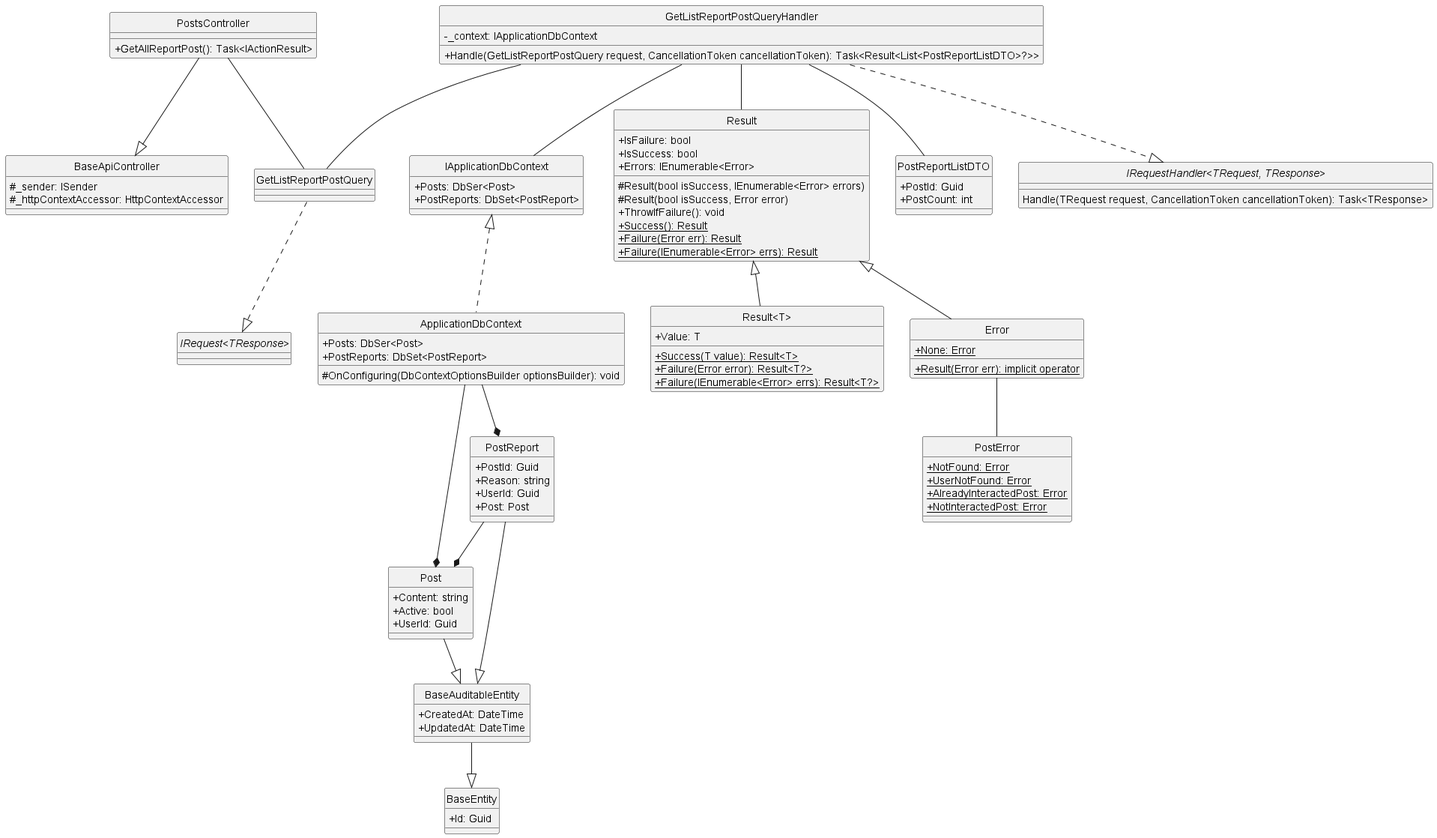
Carl-Johnsons/Chat-Application keeps this PlantUML diagram as docs/Class Diagram/Post/Post/GetAllReportPost/ClassDiagram/getAllReportPost.png. Above is the earlier version.
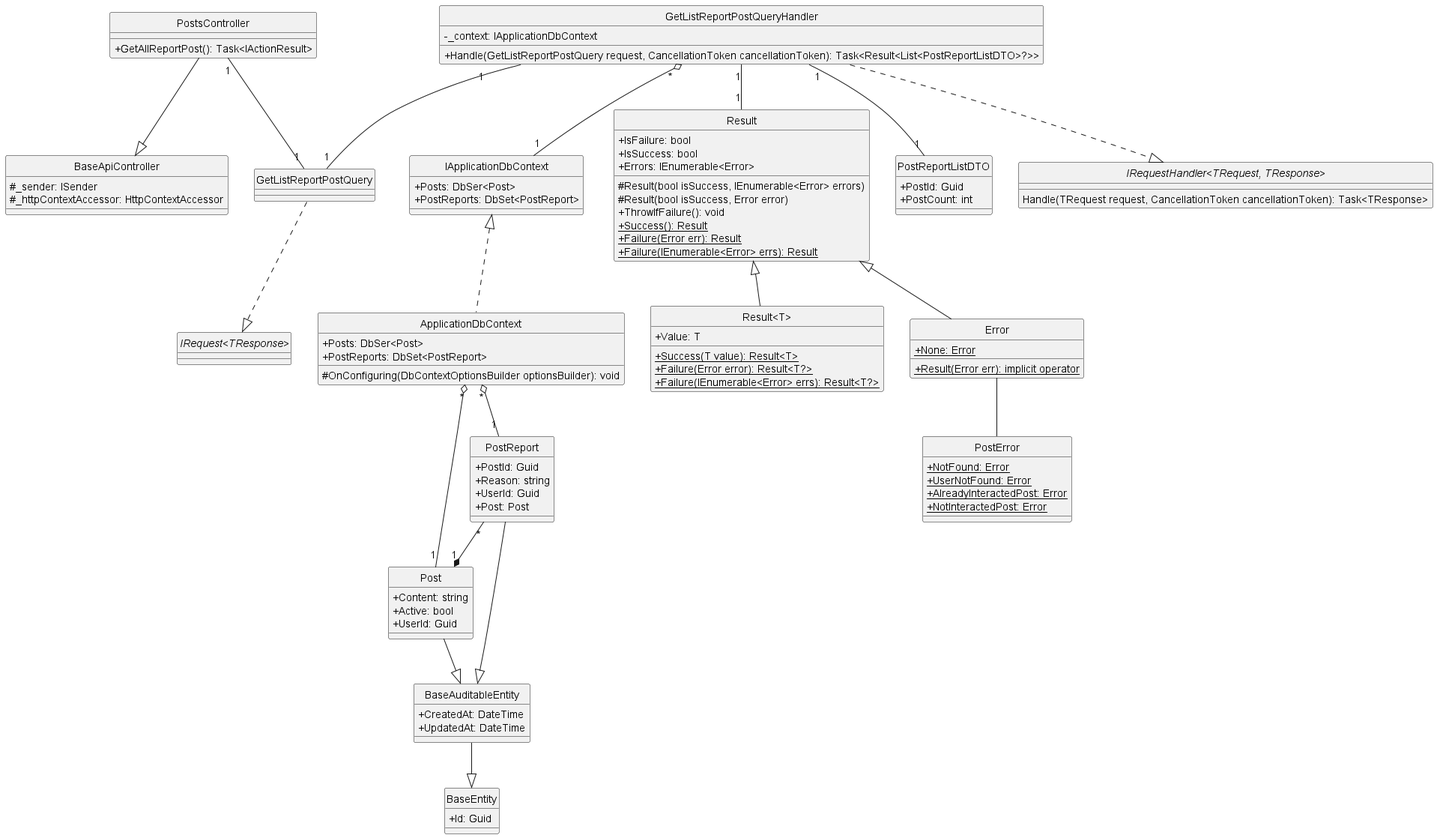
The same diagram one commit later.

Diff of the diagram source:
```diff
@@ -93,21 +93,21 @@
 }
 
 PostsController --|> BaseApiController
-PostsController -- GetListReportPostQuery
+PostsController "1"--"1" GetListReportPostQuery
 GetListReportPostQuery ..|> "IRequest<TResponse>"
 GetListReportPostQueryHandler ..|> "IRequestHandler<TRequest, TResponse>"
-GetListReportPostQueryHandler -- GetListReportPostQuery
-GetListReportPostQueryHandler -- Result
-GetListReportPostQueryHandler -- IApplicationDbContext
-GetListReportPostQueryHandler -- PostReportListDTO
+GetListReportPostQueryHandler "1"--"1" GetListReportPostQuery
+GetListReportPostQueryHandler "1"--"1" Result
+GetListReportPostQueryHandler "*" o--"1" IApplicationDbContext
+GetListReportPostQueryHandler "1"--"1" PostReportListDTO
 Result <|-- Error
 Result <|-- "Result<T>"
 Error -- PostError
 PostReport --|> BaseAuditableEntity
 Post --|> BaseAuditableEntity
 BaseAuditableEntity --|> BaseEntity
-PostReport --* Post
+PostReport "*"--*"1" Post
 IApplicationDbContext <|.. ApplicationDbContext
-ApplicationDbContext --* Post
-ApplicationDbContext --* PostReport
+ApplicationDbContext "*" o--"1" Post
+ApplicationDbContext "*" o--"1" PostReport
 @enduml
```
